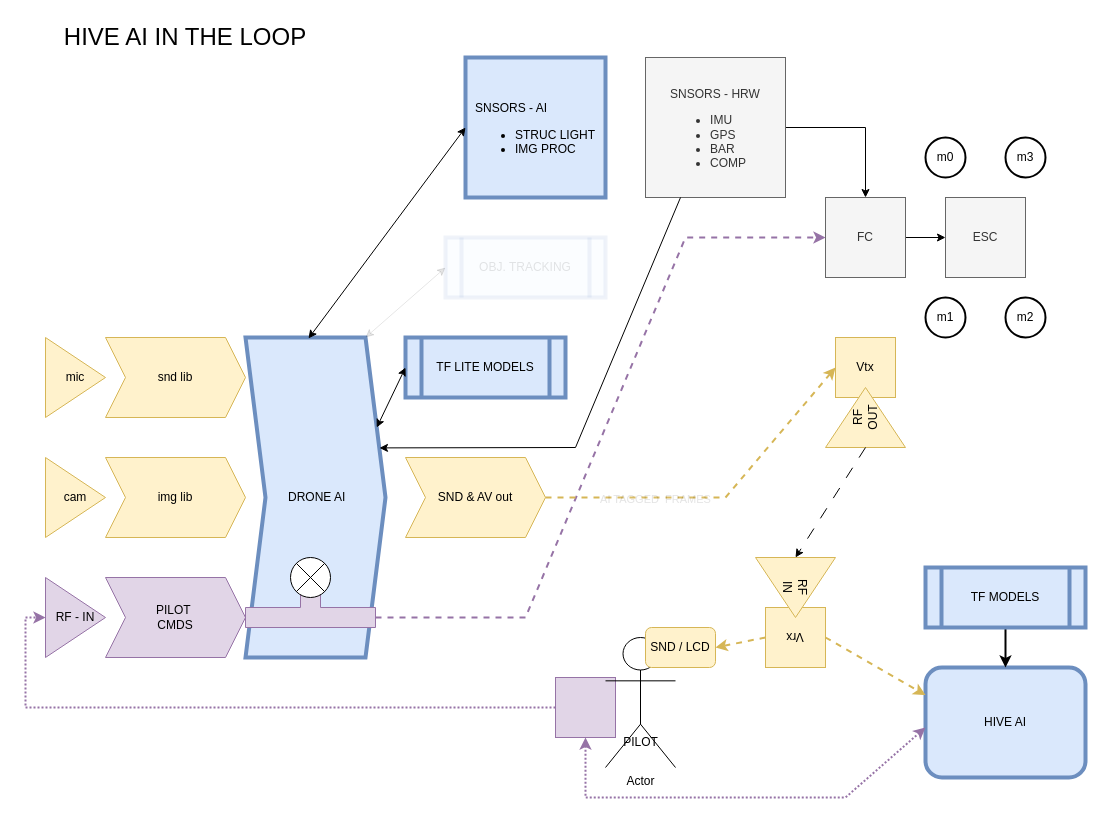
Above: _docs/aiitl-full-pipe-v0.drawio in iotech-systems/ai-in-the-loop (draw.io), before the change. Source tidied: cells renumbered, new cells numbered last; positions are measured from the earlier drawing's top-left corner, leaving out a move shared by most shapes. Both pictures are drawn from the tidied source at 100%, with x=0, y=0 at pixel (45, 17).
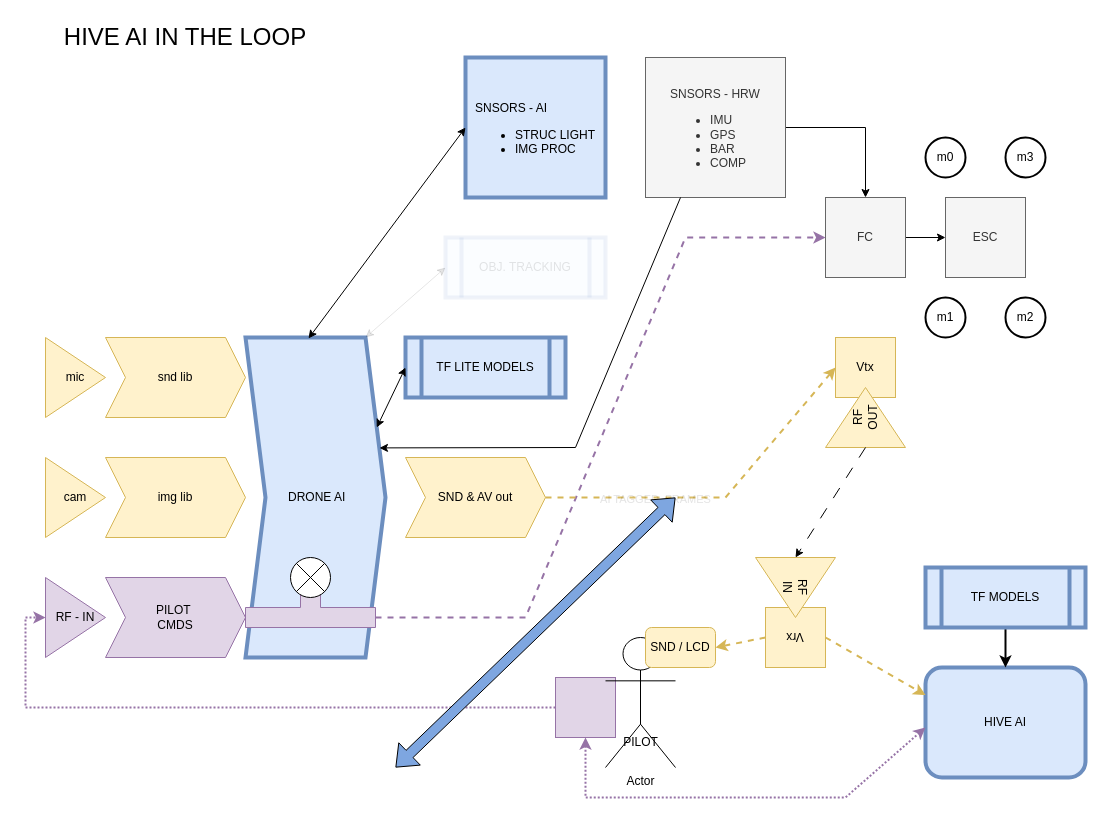
The same page after the edit.

The edit, as a diff of the source:
```diff
@@
+    <mxCell id="51" style="shape=flexArrow;endArrow=classic;startArrow=classic;html=1;rounded=0;fillColor=#7EA6E0;" parent="1" edge="1">
+      <mxGeometry relative="1" as="geometry">
+        <mxPoint x="350" y="750" as="sourcePoint" />
+        <mxPoint x="630" y="480" as="targetPoint" />
+      </mxGeometry>
+    </mxCell>
```
